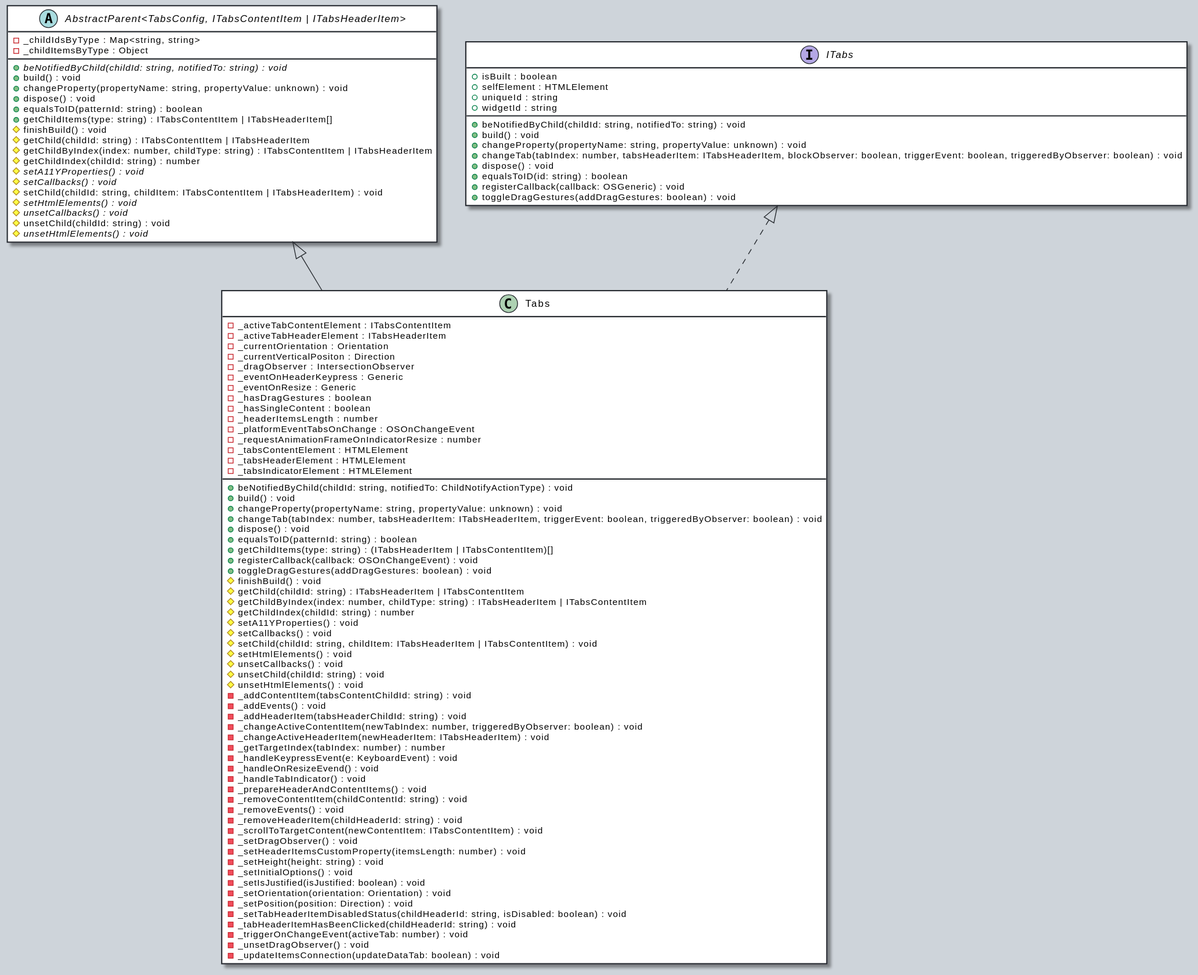
Earlier version of the PlantUML export docs/assets/Tabs-umlClassDiagram-6377.svg (OutSystems/outsystems-ui).
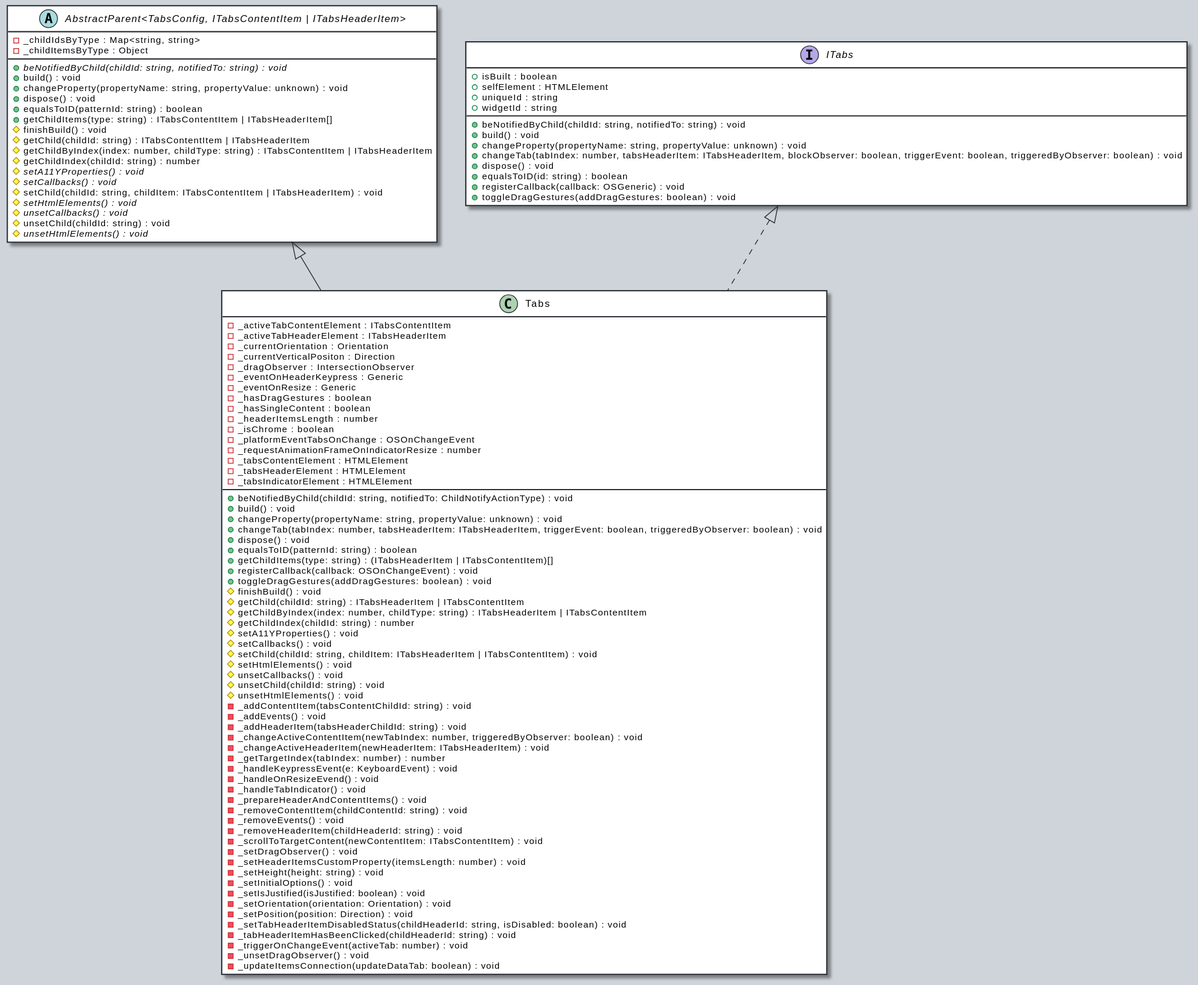
Later version of the same file.

The edit, as a diff of the source:
```diff
@@ -16,6 +16,7 @@
     -_hasDragGestures : boolean
     -_hasSingleContent : boolean
     -_headerItemsLength : number
+    -_isChrome : boolean
     -_platformEventTabsOnChange : OSOnChangeEvent
     -_requestAnimationFrameOnIndicatorResize : number
     -_tabsContentElement : HTMLElement
```
